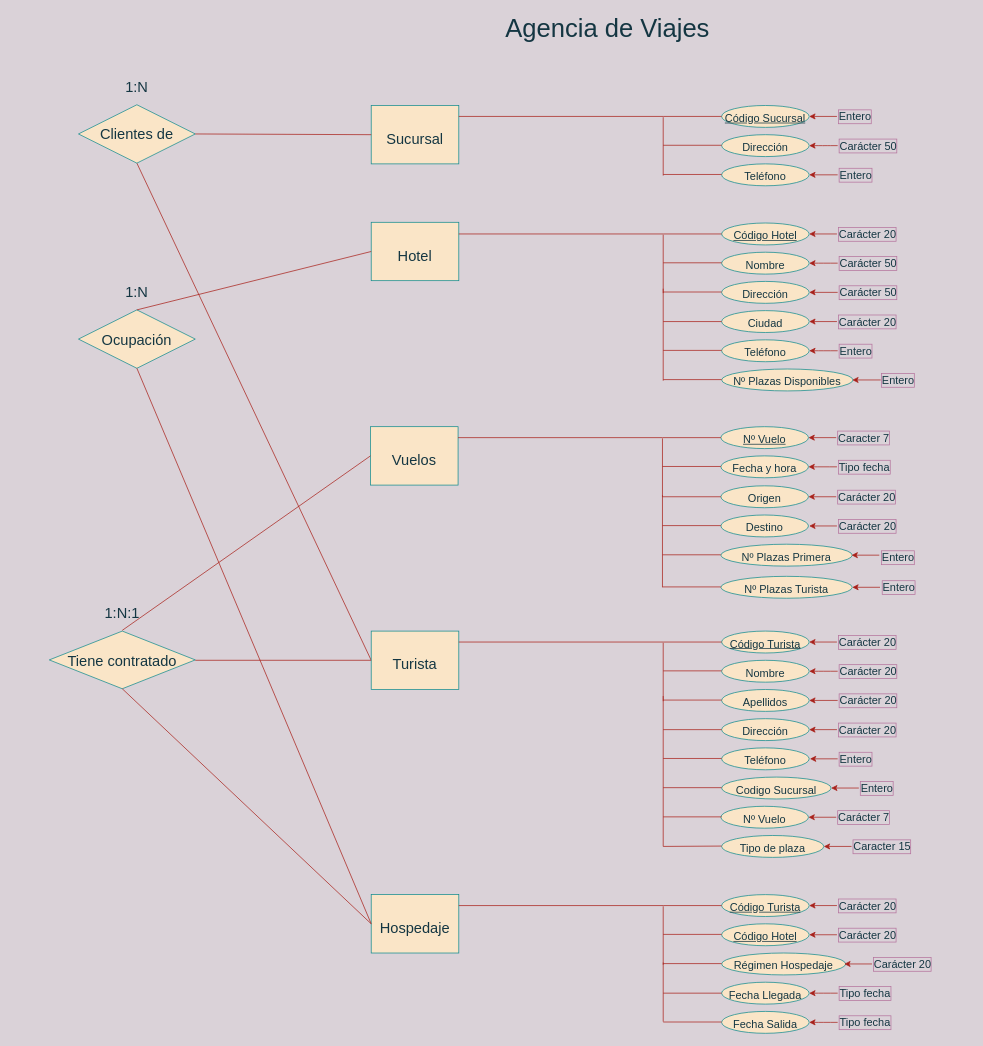
The draw.io diagram BBDD/Disenyo/Ejercicio2/Ejercicio 2.drawio in LazaroBC/Abastos, before the edit. Source tidied: cells renumbered, new cells numbered last; positions are measured from the earlier drawing's top-left corner, leaving out a move shared by most shapes. Both pictures are drawn from the tidied source at 73%, with x=0, y=0 at pixel (49, 17).
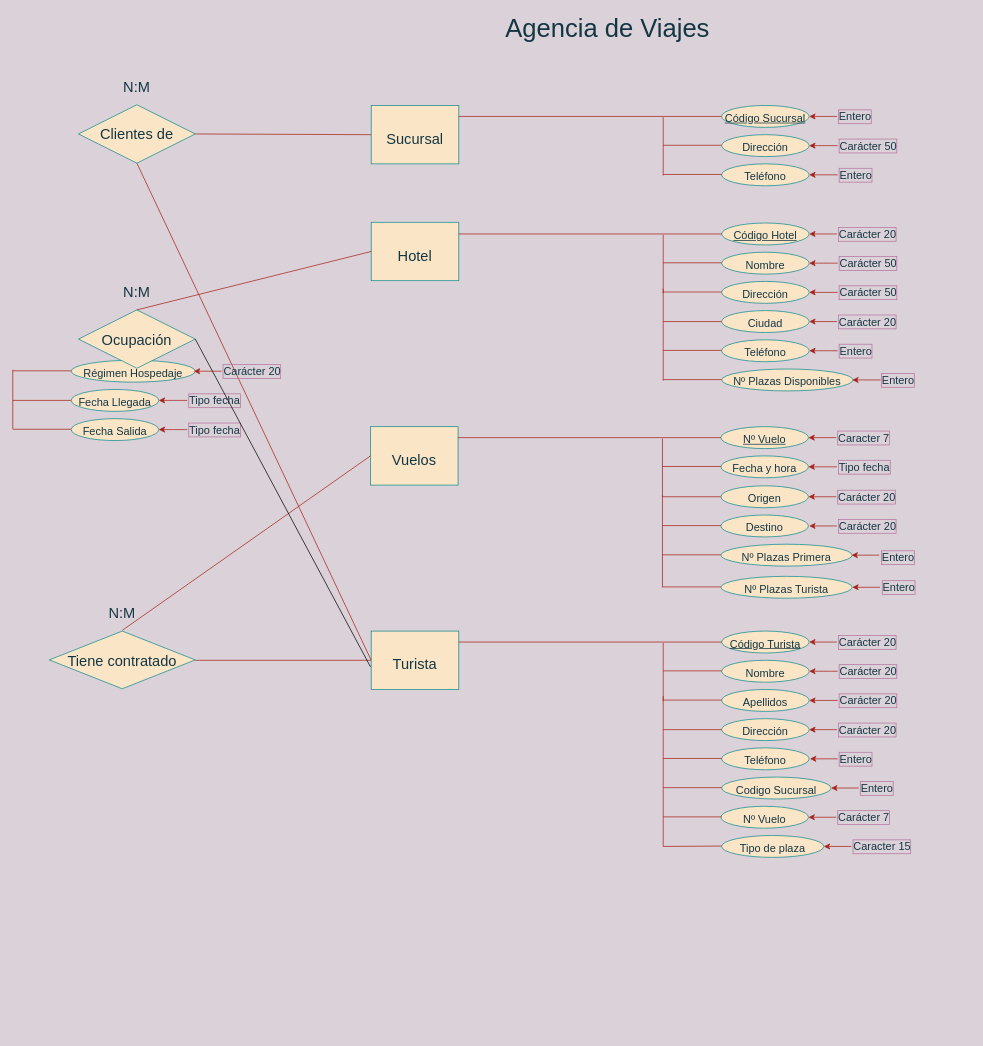
After the change.

The change refers to these unchanged cells:
```xml
<mxCell id="135" value="&lt;font style=&quot;font-size: 20px&quot;&gt;Tiene contratado&lt;/font&gt;" style="rhombus;whiteSpace=wrap;html=1;rounded=0;sketch=0;fontColor=#143642;strokeColor=#0F8B8D;fillColor=#FAE5C7;" parent="1" vertex="1">
  <mxGeometry y="841" width="200" height="79" as="geometry" />
</mxCell>
<mxCell id="139" value="Ocupación" style="rhombus;whiteSpace=wrap;html=1;rounded=0;sketch=0;fontSize=20;fontColor=#143642;strokeColor=#0F8B8D;fillColor=#FAE5C7;" parent="1" vertex="1">
  <mxGeometry x="40" y="401" width="160" height="80" as="geometry" />
</mxCell>
```

Change to the diagram source:
```diff
@@
-    <mxCell id="65" value="&lt;font style=&quot;font-size: 20px&quot;&gt;Hospedaje&lt;/font&gt;" style="rounded=0;whiteSpace=wrap;html=1;sketch=0;fontSize=35;fontColor=#143642;strokeColor=#0F8B8D;fillColor=#FAE5C7;" parent="1" vertex="1">
-      <mxGeometry x="441" y="1202" width="120" height="80" as="geometry" />
-    </mxCell>
-    <mxCell id="66" value="&lt;font style=&quot;font-size: 15px&quot;&gt;&lt;u&gt;Código Turista&lt;/u&gt;&lt;/font&gt;" style="ellipse;whiteSpace=wrap;html=1;rounded=0;sketch=0;fontSize=20;fontColor=#143642;strokeColor=#0F8B8D;fillColor=#FAE5C7;verticalAlign=middle;" parent="1" vertex="1">
-      <mxGeometry x="921" y="1202" width="120" height="30" as="geometry" />
-    </mxCell>
     <mxCell id="67" value="&lt;font style=&quot;font-size: 15px&quot;&gt;Régimen Hospedaje&lt;/font&gt;" style="ellipse;whiteSpace=wrap;html=1;rounded=0;sketch=0;fontSize=20;fontColor=#143642;strokeColor=#0F8B8D;fillColor=#FAE5C7;verticalAlign=middle;" parent="1" vertex="1">
-      <mxGeometry x="921" y="1282" width="170" height="30" as="geometry" />
+      <mxGeometry x="30" y="470" width="170" height="30" as="geometry" />
     </mxCell>
-    <mxCell id="68" value="&lt;font style=&quot;font-size: 15px&quot;&gt;&lt;u&gt;Código Hotel&lt;/u&gt;&lt;/font&gt;" style="ellipse;whiteSpace=wrap;html=1;rounded=0;sketch=0;fontSize=20;fontColor=#143642;strokeColor=#0F8B8D;fillColor=#FAE5C7;verticalAlign=middle;" parent="1" vertex="1">
-      <mxGeometry x="921" y="1242" width="120" height="30" as="geometry" />
-    </mxCell>
-    <mxCell id="69" style="endArrow=none;html=1;rounded=1;sketch=0;fontSize=15;fontColor=#143642;strokeColor=#A8201A;fillColor=#FAE5C7;curved=0;" parent="1" edge="1">
-      <mxGeometry relative="1" as="geometry">
-        <mxPoint x="561" y="1217" as="sourcePoint" />
-        <mxPoint x="841" y="1217" as="targetPoint" />
-      </mxGeometry>
-    </mxCell>
-    <mxCell id="70" style="endArrow=none;html=1;rounded=1;sketch=0;fontSize=15;fontColor=#143642;strokeColor=#A8201A;fillColor=#FAE5C7;curved=0;" parent="1" edge="1">
-      <mxGeometry relative="1" as="geometry">
-        <mxPoint x="841" y="1217" as="sourcePoint" />
-        <mxPoint x="921" y="1217" as="targetPoint" />
-      </mxGeometry>
-    </mxCell>
-    <mxCell id="71" style="endArrow=none;html=1;rounded=1;sketch=0;fontSize=15;fontColor=#143642;strokeColor=#A8201A;fillColor=#FAE5C7;curved=0;" parent="1" edge="1">
-      <mxGeometry relative="1" as="geometry">
-        <mxPoint x="841" y="1256.5" as="sourcePoint" />
-        <mxPoint x="921" y="1256.5" as="targetPoint" />
-      </mxGeometry>
-    </mxCell>
     <mxCell id="72" style="endArrow=none;html=1;rounded=1;sketch=0;fontSize=15;fontColor=#143642;strokeColor=#A8201A;fillColor=#FAE5C7;curved=0;" parent="1" edge="1">
       <mxGeometry relative="1" as="geometry">
-        <mxPoint x="841" y="1296.5" as="sourcePoint" />
-        <mxPoint x="921" y="1296.5" as="targetPoint" />
+        <mxPoint x="-50" y="484.5" as="sourcePoint" />
+        <mxPoint x="30" y="484.5" as="targetPoint" />
       </mxGeometry>
     </mxCell>
-    <mxCell id="73" style="endArrow=none;html=1;rounded=1;sketch=0;fontSize=15;fontColor=#143642;strokeColor=#A8201A;fillColor=#FAE5C7;curved=0;" parent="1" edge="1">
-      <mxGeometry relative="1" as="geometry">
-        <mxPoint x="841" y="1298" as="sourcePoint" />
-        <mxPoint x="841" y="1218" as="targetPoint" />
-      </mxGeometry>
-    </mxCell>
     <mxCell id="74" value="&lt;font style=&quot;font-size: 15px&quot;&gt;Fecha Llegada&lt;/font&gt;" style="ellipse;whiteSpace=wrap;html=1;rounded=0;sketch=0;fontSize=20;fontColor=#143642;strokeColor=#0F8B8D;fillColor=#FAE5C7;verticalAlign=middle;" parent="1" vertex="1">
-      <mxGeometry x="921" y="1322" width="120" height="30" as="geometry" />
+      <mxGeometry x="30" y="510" width="120" height="30" as="geometry" />
     </mxCell>
     <mxCell id="75" value="&lt;font style=&quot;font-size: 15px&quot;&gt;Fecha Salida&lt;/font&gt;" style="ellipse;whiteSpace=wrap;html=1;rounded=0;sketch=0;fontSize=20;fontColor=#143642;strokeColor=#0F8B8D;fillColor=#FAE5C7;verticalAlign=middle;" parent="1" vertex="1">
-      <mxGeometry x="921" y="1362" width="120" height="30" as="geometry" />
+      <mxGeometry x="30" y="550" width="120" height="30" as="geometry" />
     </mxCell>
     <mxCell id="76" style="endArrow=none;html=1;rounded=1;sketch=0;fontSize=15;fontColor=#143642;strokeColor=#A8201A;fillColor=#FAE5C7;curved=0;" parent="1" edge="1">
       <mxGeometry relative="1" as="geometry">
-        <mxPoint x="841" y="1337" as="sourcePoint" />
-        <mxPoint x="921" y="1337" as="targetPoint" />
+        <mxPoint x="-50" y="525" as="sourcePoint" />
+        <mxPoint x="30" y="525" as="targetPoint" />
       </mxGeometry>
     </mxCell>
     <mxCell id="77" style="endArrow=none;html=1;rounded=1;sketch=0;fontSize=15;fontColor=#143642;strokeColor=#A8201A;fillColor=#FAE5C7;curved=0;" parent="1" edge="1">
       <mxGeometry relative="1" as="geometry">
-        <mxPoint x="841" y="1376.5" as="sourcePoint" />
-        <mxPoint x="921" y="1376.5" as="targetPoint" />
+        <mxPoint x="-50" y="564.5" as="sourcePoint" />
+        <mxPoint x="30" y="564.5" as="targetPoint" />
       </mxGeometry>
     </mxCell>
     <mxCell id="78" style="endArrow=none;html=1;rounded=1;sketch=0;fontSize=15;fontColor=#143642;strokeColor=#A8201A;fillColor=#FAE5C7;curved=0;" parent="1" edge="1">
       <mxGeometry relative="1" as="geometry">
-        <mxPoint x="841" y="1376" as="sourcePoint" />
-        <mxPoint x="841" y="1295" as="targetPoint" />
+        <mxPoint x="-50" y="564" as="sourcePoint" />
+        <mxPoint x="-50" y="483" as="targetPoint" />
       </mxGeometry>
     </mxCell>
@@
-    <mxCell id="125" style="edgeStyle=orthogonalEdgeStyle;curved=0;rounded=1;sketch=0;jettySize=auto;html=1;exitX=0;exitY=0.5;exitDx=0;exitDy=0;entryX=1;entryY=0.5;entryDx=0;entryDy=0;fontSize=15;fontColor=#143642;strokeColor=#A8201A;fillColor=#FAE5C7;" parent="1" edge="1" source="126">
-      <mxGeometry relative="1" as="geometry">
-        <mxPoint x="1041" y="1217" as="targetPoint" />
-      </mxGeometry>
-    </mxCell>
-    <mxCell id="126" value="Carácter&amp;nbsp;20" style="text;strokeColor=none;fillColor=none;align=left;verticalAlign=middle;rounded=0;sketch=0;fontSize=15;fontColor=#143642;labelBorderColor=#B5739D;labelBackgroundColor=none;html=1;whiteSpace=wrap;" parent="1" vertex="1">
-      <mxGeometry x="1079" y="1202" width="92" height="30" as="geometry" />
-    </mxCell>
-    <mxCell id="127" style="edgeStyle=orthogonalEdgeStyle;curved=0;rounded=1;sketch=0;jettySize=auto;html=1;exitX=0;exitY=0.5;exitDx=0;exitDy=0;entryX=1;entryY=0.5;entryDx=0;entryDy=0;fontSize=15;fontColor=#143642;strokeColor=#A8201A;fillColor=#FAE5C7;" parent="1" edge="1" source="128">
-      <mxGeometry relative="1" as="geometry">
-        <mxPoint x="1041" y="1257" as="targetPoint" />
-      </mxGeometry>
-    </mxCell>
-    <mxCell id="128" value="Carácter&amp;nbsp;20" style="text;strokeColor=none;fillColor=none;align=left;verticalAlign=middle;rounded=0;sketch=0;fontSize=15;fontColor=#143642;labelBorderColor=#B5739D;labelBackgroundColor=none;html=1;whiteSpace=wrap;" parent="1" vertex="1">
-      <mxGeometry x="1079" y="1242" width="92" height="30" as="geometry" />
-    </mxCell>
     <mxCell id="129" style="edgeStyle=orthogonalEdgeStyle;curved=0;rounded=1;sketch=0;jettySize=auto;html=1;exitX=0;exitY=0.5;exitDx=0;exitDy=0;entryX=1;entryY=0.5;entryDx=0;entryDy=0;fontSize=15;fontColor=#143642;strokeColor=#A8201A;fillColor=#FAE5C7;" parent="1" edge="1" source="130">
       <mxGeometry relative="1" as="geometry">
-        <mxPoint x="1089" y="1297" as="targetPoint" />
+        <mxPoint x="198" y="485" as="targetPoint" />
       </mxGeometry>
     </mxCell>
     <mxCell id="130" value="Carácter&amp;nbsp;20" style="text;strokeColor=none;fillColor=none;align=left;verticalAlign=middle;rounded=0;sketch=0;fontSize=15;fontColor=#143642;labelBorderColor=#B5739D;labelBackgroundColor=none;html=1;whiteSpace=wrap;" parent="1" vertex="1">
-      <mxGeometry x="1127" y="1282" width="92" height="30" as="geometry" />
+      <mxGeometry x="236" y="470" width="92" height="30" as="geometry" />
     </mxCell>
     <mxCell id="131" style="edgeStyle=orthogonalEdgeStyle;curved=0;rounded=1;sketch=0;jettySize=auto;html=1;entryX=1;entryY=0.5;entryDx=0;entryDy=0;fontSize=15;fontColor=#143642;strokeColor=#A8201A;fillColor=#FAE5C7;" parent="1" edge="1" source="132">
       <mxGeometry relative="1" as="geometry">
-        <mxPoint x="1041" y="1337" as="targetPoint" />
+        <mxPoint x="150" y="525" as="targetPoint" />
       </mxGeometry>
     </mxCell>
     <mxCell id="132" value="Tipo fecha" style="text;strokeColor=none;fillColor=none;align=left;verticalAlign=middle;rounded=0;sketch=0;fontSize=15;fontColor=#143642;labelBorderColor=#B5739D;labelBackgroundColor=none;html=1;whiteSpace=wrap;" parent="1" vertex="1">
-      <mxGeometry x="1080" y="1322" width="111" height="30" as="geometry" />
+      <mxGeometry x="189" y="510" width="111" height="30" as="geometry" />
     </mxCell>
     <mxCell id="133" style="edgeStyle=orthogonalEdgeStyle;curved=0;rounded=1;sketch=0;jettySize=auto;html=1;entryX=1;entryY=0.5;entryDx=0;entryDy=0;fontSize=15;fontColor=#143642;strokeColor=#A8201A;fillColor=#FAE5C7;" parent="1" edge="1" source="134">
       <mxGeometry relative="1" as="geometry">
-        <mxPoint x="1041" y="1377" as="targetPoint" />
+        <mxPoint x="150" y="565" as="targetPoint" />
       </mxGeometry>
     </mxCell>
     <mxCell id="134" value="Tipo fecha" style="text;strokeColor=none;fillColor=none;align=left;verticalAlign=middle;rounded=0;sketch=0;fontSize=15;fontColor=#143642;labelBorderColor=#B5739D;labelBackgroundColor=none;html=1;whiteSpace=wrap;" parent="1" vertex="1">
-      <mxGeometry x="1080" y="1362" width="111" height="30" as="geometry" />
+      <mxGeometry x="189" y="550" width="111" height="30" as="geometry" />
     </mxCell>
@@
-    <mxCell id="137" style="endArrow=none;html=1;rounded=1;sketch=0;fontSize=20;fontColor=#143642;strokeColor=#A8201A;fillColor=#FAE5C7;curved=0;exitX=0;exitY=0.5;exitDx=0;exitDy=0;entryX=0.5;entryY=1;entryDx=0;entryDy=0;" parent="1" edge="1" source="65" target="135">
-      <mxGeometry relative="1" as="geometry" />
-    </mxCell>
@@
-    <mxCell id="141" style="endArrow=none;html=1;rounded=1;sketch=0;fontSize=20;fontColor=#143642;strokeColor=#A8201A;fillColor=#FAE5C7;curved=0;exitX=0.5;exitY=1;exitDx=0;exitDy=0;entryX=0;entryY=0.5;entryDx=0;entryDy=0;" parent="1" edge="1" source="139" target="65">
-      <mxGeometry relative="1" as="geometry" />
-    </mxCell>
@@
-    <mxCell id="144" value="1:N" style="text;html=1;strokeColor=none;fillColor=none;align=center;verticalAlign=middle;whiteSpace=wrap;rounded=0;sketch=0;fontSize=20;fontColor=#143642;" parent="1" vertex="1">
+    <mxCell id="144" value="N:M" style="text;html=1;strokeColor=none;fillColor=none;align=center;verticalAlign=middle;whiteSpace=wrap;rounded=0;sketch=0;fontSize=20;fontColor=#143642;" parent="1" vertex="1">
       <mxGeometry x="90" y="80" width="60" height="30" as="geometry" />
     </mxCell>
-    <mxCell id="145" value="1:N" style="text;html=1;strokeColor=none;fillColor=none;align=center;verticalAlign=middle;whiteSpace=wrap;rounded=0;sketch=0;fontSize=20;fontColor=#143642;" parent="1" vertex="1">
+    <mxCell id="145" value="N:M" style="text;html=1;strokeColor=none;fillColor=none;align=center;verticalAlign=middle;whiteSpace=wrap;rounded=0;sketch=0;fontSize=20;fontColor=#143642;" parent="1" vertex="1">
       <mxGeometry x="90" y="361" width="60" height="30" as="geometry" />
     </mxCell>
-    <mxCell id="146" value="1:N:1" style="text;html=1;strokeColor=none;fillColor=none;align=center;verticalAlign=middle;whiteSpace=wrap;rounded=0;sketch=0;fontSize=20;fontColor=#143642;" parent="1" vertex="1">
+    <mxCell id="146" value="N:M" style="text;html=1;strokeColor=none;fillColor=none;align=center;verticalAlign=middle;whiteSpace=wrap;rounded=0;sketch=0;fontSize=20;fontColor=#143642;" parent="1" vertex="1">
       <mxGeometry x="70" y="800" width="60" height="30" as="geometry" />
     </mxCell>
+    <mxCell id="147" style="endArrow=none;html=1;rounded=0;exitX=1;exitY=0.5;exitDx=0;exitDy=0;" parent="1" edge="1" source="139">
+      <mxGeometry relative="1" as="geometry">
+        <mxPoint x="440" y="890" as="targetPoint" />
+      </mxGeometry>
+    </mxCell>
```
